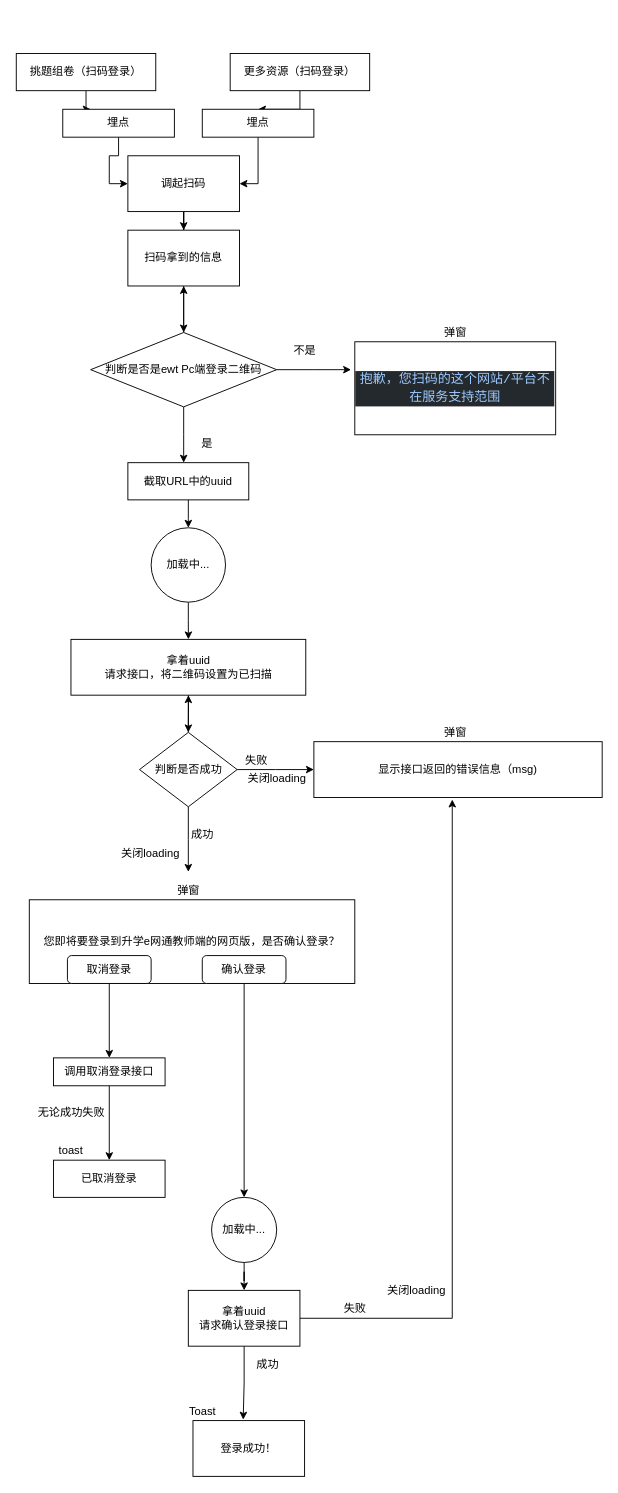
jinlianglou/- keeps this draw.io diagram as 20210917.drawio. Above is the earlier version. Source tidied: cells renumbered, new cells numbered last; positions are measured from the earlier drawing's top-left corner, leaving out a move shared by most shapes. Both pictures are drawn from the tidied source at 93%, with x=0, y=0 at pixel (16, 53).
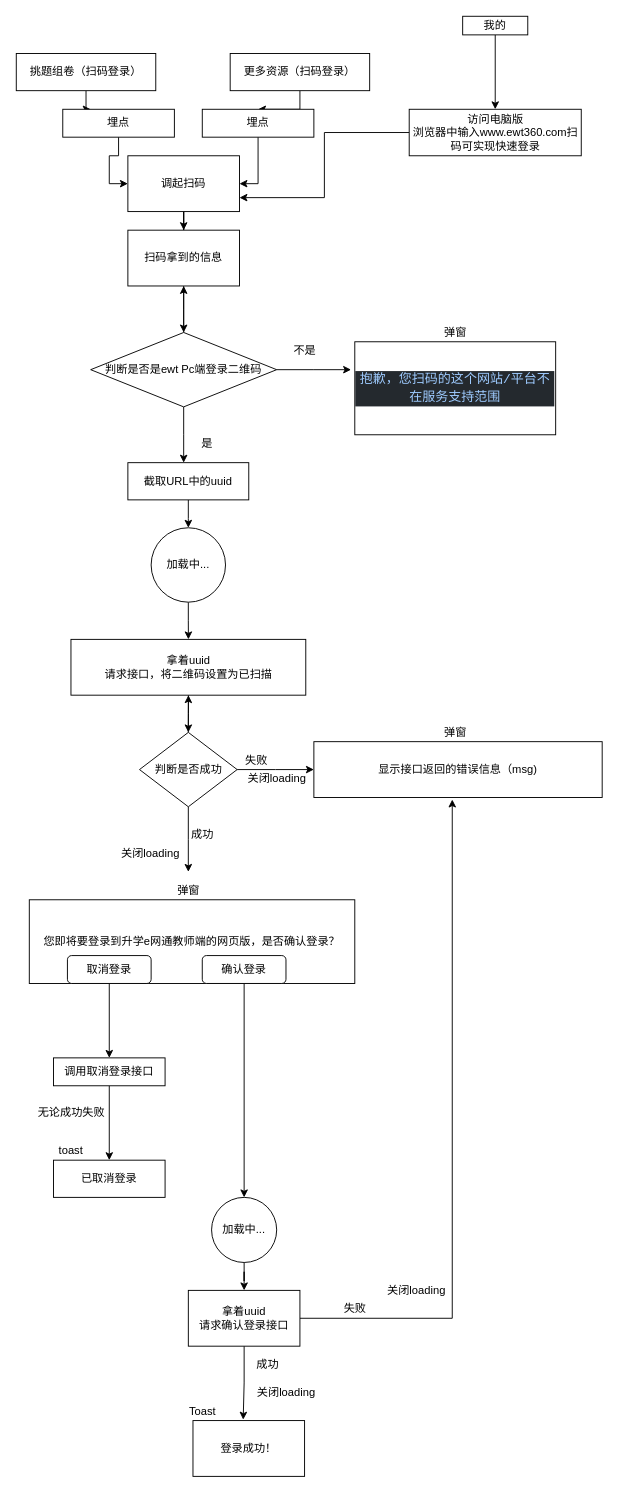
The same page after the edit.

The change refers to these unchanged cells:
```xml
<mxCell id="11" value="调起扫码" style="rounded=0;whiteSpace=wrap;html=1;" parent="1" vertex="1">
  <mxGeometry x="120" y="110" width="120" height="60" as="geometry" />
</mxCell>
```

The edit, as a diff of the source:
```diff
@@
+    <mxCell id="59" style="edgeStyle=orthogonalEdgeStyle;rounded=0;jettySize=auto;html=1;" parent="1" edge="1" source="60" target="62">
+      <mxGeometry relative="1" as="geometry" />
+    </mxCell>
+    <mxCell id="60" value="我的" style="rounded=0;whiteSpace=wrap;html=1;" parent="1" vertex="1">
+      <mxGeometry x="480" y="-40" width="70" height="20" as="geometry" />
+    </mxCell>
+    <mxCell id="61" style="edgeStyle=orthogonalEdgeStyle;rounded=0;jettySize=auto;html=1;entryX=1;entryY=0.75;entryDx=0;entryDy=0;" parent="1" edge="1" source="62" target="11">
+      <mxGeometry relative="1" as="geometry" />
+    </mxCell>
+    <mxCell id="62" value="访问电脑版&lt;br&gt;浏览器中输入www.ewt360.com扫码可实现快速登录" style="rounded=0;whiteSpace=wrap;html=1;" parent="1" vertex="1">
+      <mxGeometry x="422.5" y="60" width="185" height="50" as="geometry" />
+    </mxCell>
+    <mxCell id="63" value="关闭loading" style="text;html=1;align=center;verticalAlign=middle;strokeColor=none;fillColor=none;" parent="1" vertex="1">
+      <mxGeometry x="250" y="1430" width="80" height="20" as="geometry" />
+    </mxCell>
```
